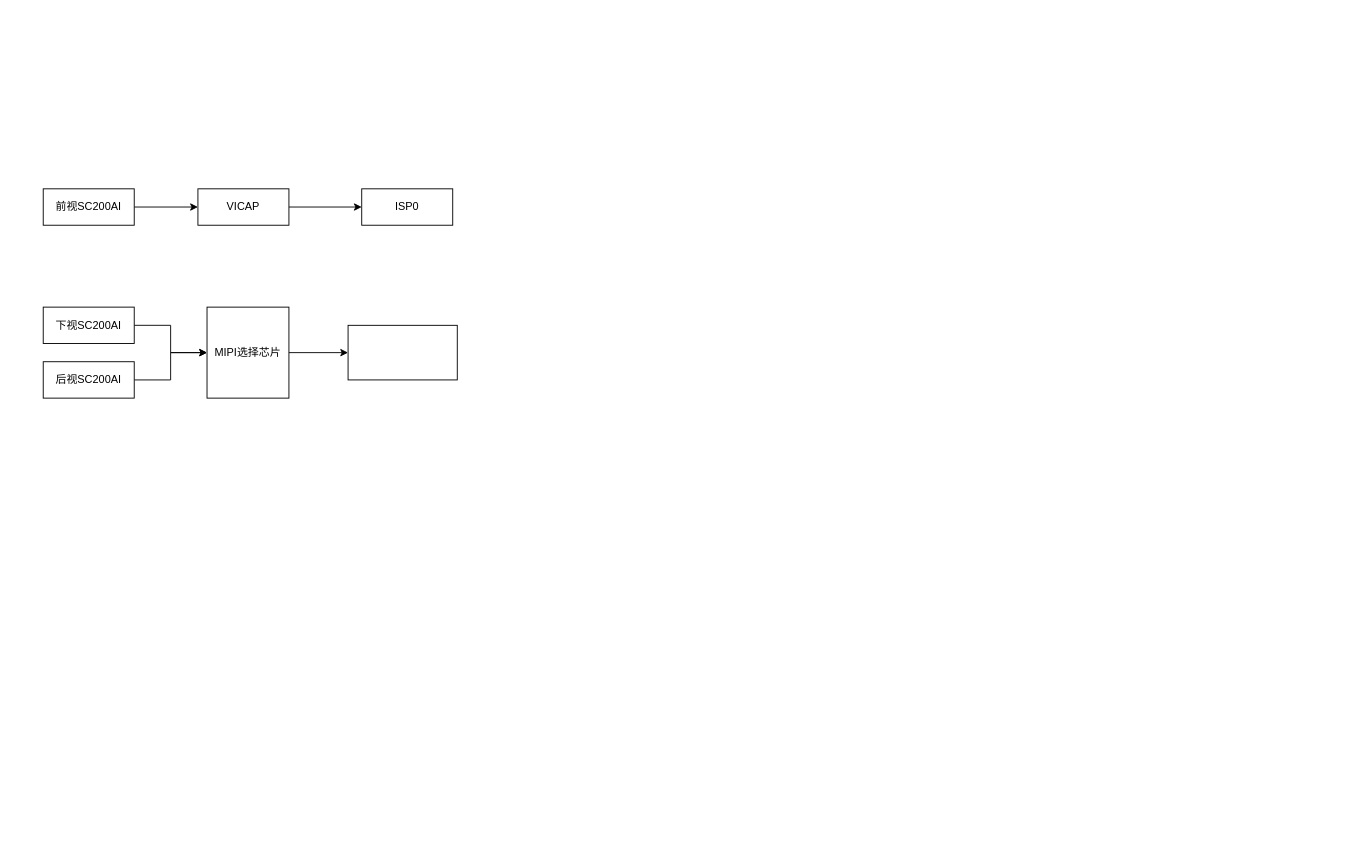
This is 未命名绘图.drawio from WilliamChenGitHub/drawio, a draw.io file, before an edit. Source tidied: cells renumbered, new cells numbered last; positions are measured from the earlier drawing's top-left corner, leaving out a move shared by most shapes. Both pictures are drawn from the tidied source at 91%, with x=0, y=0 at pixel (43, 188).
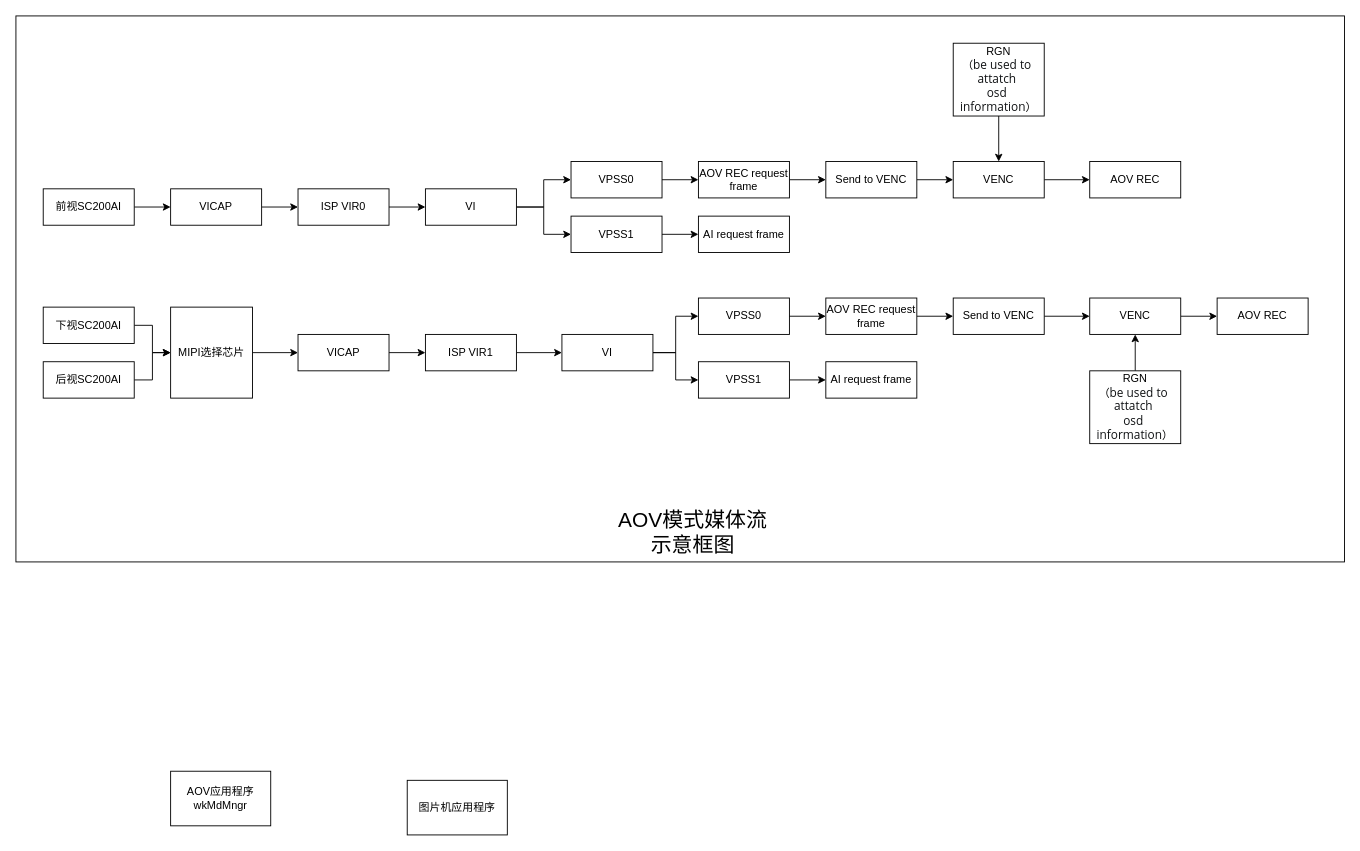
The same page after the edit.

Commit message:
更新未命名绘图.drawio

The edit, as a diff of the source:
```diff
@@
+    <mxCell id="14" style="rounded=0;whiteSpace=wrap;html=1;" parent="1" vertex="1">
+      <mxGeometry x="-30" y="-190" width="1460" height="600" as="geometry" />
+    </mxCell>
@@
-    <mxCell id="6" style="edgeStyle=orthogonalEdgeStyle;rounded=0;jettySize=auto;html=1;" parent="1" edge="1" source="7" target="10">
-      <mxGeometry relative="1" as="geometry" />
-    </mxCell>
+    <mxCell id="15" style="edgeStyle=orthogonalEdgeStyle;rounded=0;jettySize=auto;html=1;" parent="1" edge="1" source="7" target="18">
+      <mxGeometry relative="1" as="geometry" />
+    </mxCell>
     <mxCell id="7" value="MIPI选择芯片" style="rounded=0;whiteSpace=wrap;html=1;" parent="1" vertex="1">
-      <mxGeometry x="180" y="130" width="90" height="100" as="geometry" />
+      <mxGeometry x="140" y="130" width="90" height="100" as="geometry" />
     </mxCell>
@@
-    <mxCell id="10" style="whiteSpace=wrap;html=1;rounded=0;" parent="1" vertex="1">
-      <mxGeometry x="335" y="150" width="120" height="60" as="geometry" />
-    </mxCell>
@@
     <mxCell id="12" value="VICAP" style="whiteSpace=wrap;html=1;rounded=0;" parent="1" vertex="1">
-      <mxGeometry x="170" width="100" height="40" as="geometry" />
+      <mxGeometry x="140" width="100" height="40" as="geometry" />
     </mxCell>
+    <mxCell id="16" style="edgeStyle=orthogonalEdgeStyle;rounded=0;jettySize=auto;html=1;" parent="1" edge="1" source="13" target="23">
+      <mxGeometry relative="1" as="geometry" />
+    </mxCell>
-    <mxCell id="13" value="ISP0" style="whiteSpace=wrap;html=1;rounded=0;" parent="1" vertex="1">
-      <mxGeometry x="350" width="100" height="40" as="geometry" />
+    <mxCell id="13" value="ISP VIR0" style="whiteSpace=wrap;html=1;rounded=0;" parent="1" vertex="1">
+      <mxGeometry x="280" width="100" height="40" as="geometry" />
     </mxCell>
+    <mxCell id="17" style="edgeStyle=orthogonalEdgeStyle;rounded=0;jettySize=auto;html=1;" parent="1" edge="1" source="18" target="20">
+      <mxGeometry relative="1" as="geometry" />
+    </mxCell>
+    <mxCell id="18" value="VICAP" style="whiteSpace=wrap;html=1;rounded=0;" parent="1" vertex="1">
+      <mxGeometry x="280" y="160" width="100" height="40" as="geometry" />
+    </mxCell>
+    <mxCell id="19" style="edgeStyle=orthogonalEdgeStyle;rounded=0;jettySize=auto;html=1;" parent="1" edge="1" source="20" target="30">
+      <mxGeometry relative="1" as="geometry" />
+    </mxCell>
+    <mxCell id="20" value="ISP VIR1" style="whiteSpace=wrap;html=1;rounded=0;" parent="1" vertex="1">
+      <mxGeometry x="420" y="160" width="100" height="40" as="geometry" />
+    </mxCell>
+    <mxCell id="21" style="edgeStyle=orthogonalEdgeStyle;rounded=0;jettySize=auto;html=1;" parent="1" edge="1" source="23" target="25">
+      <mxGeometry relative="1" as="geometry" />
+    </mxCell>
+    <mxCell id="22" style="edgeStyle=orthogonalEdgeStyle;rounded=0;jettySize=auto;html=1;" parent="1" edge="1" source="23" target="27">
+      <mxGeometry relative="1" as="geometry" />
+    </mxCell>
+    <mxCell id="23" value="VI" style="whiteSpace=wrap;html=1;rounded=0;" parent="1" vertex="1">
+      <mxGeometry x="420" width="100" height="40" as="geometry" />
+    </mxCell>
+    <mxCell id="24" style="edgeStyle=orthogonalEdgeStyle;rounded=0;jettySize=auto;html=1;" parent="1" edge="1" source="25" target="39">
+      <mxGeometry relative="1" as="geometry" />
+    </mxCell>
+    <mxCell id="25" value="VPSS0" style="whiteSpace=wrap;html=1;rounded=0;" parent="1" vertex="1">
+      <mxGeometry x="580" y="-30" width="100" height="40" as="geometry" />
+    </mxCell>
+    <mxCell id="26" style="edgeStyle=orthogonalEdgeStyle;rounded=0;jettySize=auto;html=1;" parent="1" edge="1" source="27" target="42">
+      <mxGeometry relative="1" as="geometry" />
+    </mxCell>
+    <mxCell id="27" value="VPSS1" style="whiteSpace=wrap;html=1;rounded=0;" parent="1" vertex="1">
+      <mxGeometry x="580" y="30" width="100" height="40" as="geometry" />
+    </mxCell>
+    <mxCell id="28" style="edgeStyle=orthogonalEdgeStyle;rounded=0;jettySize=auto;html=1;" parent="1" edge="1" source="30" target="31">
+      <mxGeometry relative="1" as="geometry" />
+    </mxCell>
+    <mxCell id="29" style="edgeStyle=orthogonalEdgeStyle;rounded=0;jettySize=auto;html=1;" parent="1" edge="1" source="30" target="33">
+      <mxGeometry relative="1" as="geometry" />
+    </mxCell>
+    <mxCell id="30" value="VI" style="whiteSpace=wrap;html=1;rounded=0;" parent="1" vertex="1">
+      <mxGeometry x="570" y="160" width="100" height="40" as="geometry" />
+    </mxCell>
+    <mxCell id="31" value="VPSS0" style="whiteSpace=wrap;html=1;rounded=0;" parent="1" vertex="1">
+      <mxGeometry x="720" y="120" width="100" height="40" as="geometry" />
+    </mxCell>
+    <mxCell id="32" style="edgeStyle=orthogonalEdgeStyle;rounded=0;jettySize=auto;html=1;" parent="1" edge="1" source="33" target="54">
+      <mxGeometry relative="1" as="geometry" />
+    </mxCell>
+    <mxCell id="33" value="VPSS1" style="whiteSpace=wrap;html=1;rounded=0;" parent="1" vertex="1">
+      <mxGeometry x="720" y="190" width="100" height="40" as="geometry" />
+    </mxCell>
+    <mxCell id="34" style="edgeStyle=orthogonalEdgeStyle;rounded=0;jettySize=auto;html=1;" parent="1" edge="1" source="35" target="43">
+      <mxGeometry relative="1" as="geometry" />
+    </mxCell>
+    <mxCell id="35" value="VENC" style="whiteSpace=wrap;html=1;rounded=0;" parent="1" vertex="1">
+      <mxGeometry x="1000" y="-30" width="100" height="40" as="geometry" />
+    </mxCell>
+    <mxCell id="36" style="edgeStyle=orthogonalEdgeStyle;rounded=0;jettySize=auto;html=1;" parent="1" edge="1" source="37" target="35">
+      <mxGeometry relative="1" as="geometry" />
+    </mxCell>
+    <mxCell id="37" value="RGN（&lt;span style=&quot;color: rgb(16, 18, 20); font-family: &amp;quot;PingFang SC&amp;quot;, &amp;quot;Segoe UI&amp;quot;, Arial, &amp;quot;Microsoft YaHei&amp;quot;, 微软雅黑, 宋体, &amp;quot;Malgun Gothic&amp;quot;, sans-serif; font-variant-ligatures: none; text-align: start; white-space: pre; background-color: rgb(255, 255, 255);&quot;&gt;&lt;font style=&quot;font-size: 13px;&quot;&gt;be used to &lt;/font&gt;&lt;/span&gt;&lt;div&gt;&lt;span style=&quot;color: rgb(16, 18, 20); font-family: &amp;quot;PingFang SC&amp;quot;, &amp;quot;Segoe UI&amp;quot;, Arial, &amp;quot;Microsoft YaHei&amp;quot;, 微软雅黑, 宋体, &amp;quot;Malgun Gothic&amp;quot;, sans-serif; font-variant-ligatures: none; text-align: start; white-space: pre; background-color: rgb(255, 255, 255);&quot;&gt;&lt;font style=&quot;font-size: 13px;&quot;&gt;attatch &lt;/font&gt;&lt;/span&gt;&lt;/div&gt;&lt;div&gt;&lt;span style=&quot;color: rgb(16, 18, 20); font-family: &amp;quot;PingFang SC&amp;quot;, &amp;quot;Segoe UI&amp;quot;, Arial, &amp;quot;Microsoft YaHei&amp;quot;, 微软雅黑, 宋体, &amp;quot;Malgun Gothic&amp;quot;, sans-serif; font-variant-ligatures: none; text-align: start; white-space: pre; background-color: rgb(255, 255, 255);&quot;&gt;&lt;font style=&quot;font-size: 13px;&quot;&gt;osd &lt;/font&gt;&lt;/span&gt;&lt;/div&gt;&lt;div&gt;&lt;span style=&quot;color: rgb(16, 18, 20); font-family: &amp;quot;PingFang SC&amp;quot;, &amp;quot;Segoe UI&amp;quot;, Arial, &amp;quot;Microsoft YaHei&amp;quot;, 微软雅黑, 宋体, &amp;quot;Malgun Gothic&amp;quot;, sans-serif; font-variant-ligatures: none; text-align: start; white-space: pre; background-color: rgb(255, 255, 255);&quot;&gt;&lt;font style=&quot;font-size: 13px;&quot;&gt;information&lt;/font&gt;&lt;/span&gt;）&lt;/div&gt;" style="whiteSpace=wrap;html=1;rounded=0;" parent="1" vertex="1">
+      <mxGeometry x="1000" y="-160" width="100" height="80" as="geometry" />
+    </mxCell>
+    <mxCell id="38" style="edgeStyle=orthogonalEdgeStyle;rounded=0;jettySize=auto;html=1;" parent="1" edge="1" source="39" target="41">
+      <mxGeometry relative="1" as="geometry" />
+    </mxCell>
+    <mxCell id="39" value="AOV REC request frame" style="whiteSpace=wrap;html=1;rounded=0;" parent="1" vertex="1">
+      <mxGeometry x="720" y="-30" width="100" height="40" as="geometry" />
+    </mxCell>
+    <mxCell id="40" style="edgeStyle=orthogonalEdgeStyle;rounded=0;jettySize=auto;html=1;" parent="1" edge="1" source="41" target="35">
+      <mxGeometry relative="1" as="geometry" />
+    </mxCell>
+    <mxCell id="41" value="Send to VENC" style="whiteSpace=wrap;html=1;rounded=0;" parent="1" vertex="1">
+      <mxGeometry x="860" y="-30" width="100" height="40" as="geometry" />
+    </mxCell>
+    <mxCell id="42" value="AI request frame" style="whiteSpace=wrap;html=1;rounded=0;" parent="1" vertex="1">
+      <mxGeometry x="720" y="30" width="100" height="40" as="geometry" />
+    </mxCell>
+    <mxCell id="43" value="AOV REC" style="whiteSpace=wrap;html=1;rounded=0;" parent="1" vertex="1">
+      <mxGeometry x="1150" y="-30" width="100" height="40" as="geometry" />
+    </mxCell>
+    <mxCell id="44" style="edgeStyle=orthogonalEdgeStyle;rounded=0;jettySize=auto;html=1;exitX=1;exitY=0.5;exitDx=0;exitDy=0;" parent="1" edge="1" source="31" target="50">
+      <mxGeometry relative="1" as="geometry" />
+    </mxCell>
+    <mxCell id="45" style="edgeStyle=orthogonalEdgeStyle;rounded=0;jettySize=auto;html=1;" parent="1" edge="1" source="46" target="53">
+      <mxGeometry relative="1" as="geometry" />
+    </mxCell>
+    <mxCell id="46" value="VENC" style="whiteSpace=wrap;html=1;rounded=0;" parent="1" vertex="1">
+      <mxGeometry x="1150" y="120" width="100" height="40" as="geometry" />
+    </mxCell>
+    <mxCell id="47" style="edgeStyle=orthogonalEdgeStyle;rounded=0;jettySize=auto;html=1;" parent="1" edge="1" source="48" target="46">
+      <mxGeometry relative="1" as="geometry" />
+    </mxCell>
+    <mxCell id="48" value="RGN（&lt;span style=&quot;color: rgb(16, 18, 20); font-family: &amp;quot;PingFang SC&amp;quot;, &amp;quot;Segoe UI&amp;quot;, Arial, &amp;quot;Microsoft YaHei&amp;quot;, 微软雅黑, 宋体, &amp;quot;Malgun Gothic&amp;quot;, sans-serif; font-variant-ligatures: none; text-align: start; white-space: pre; background-color: rgb(255, 255, 255);&quot;&gt;&lt;font style=&quot;font-size: 13px;&quot;&gt;be used to &lt;/font&gt;&lt;/span&gt;&lt;div&gt;&lt;span style=&quot;color: rgb(16, 18, 20); font-family: &amp;quot;PingFang SC&amp;quot;, &amp;quot;Segoe UI&amp;quot;, Arial, &amp;quot;Microsoft YaHei&amp;quot;, 微软雅黑, 宋体, &amp;quot;Malgun Gothic&amp;quot;, sans-serif; font-variant-ligatures: none; text-align: start; white-space: pre; background-color: rgb(255, 255, 255);&quot;&gt;&lt;font style=&quot;font-size: 13px;&quot;&gt;attatch &lt;/font&gt;&lt;/span&gt;&lt;/div&gt;&lt;div&gt;&lt;span style=&quot;color: rgb(16, 18, 20); font-family: &amp;quot;PingFang SC&amp;quot;, &amp;quot;Segoe UI&amp;quot;, Arial, &amp;quot;Microsoft YaHei&amp;quot;, 微软雅黑, 宋体, &amp;quot;Malgun Gothic&amp;quot;, sans-serif; font-variant-ligatures: none; text-align: start; white-space: pre; background-color: rgb(255, 255, 255);&quot;&gt;&lt;font style=&quot;font-size: 13px;&quot;&gt;osd &lt;/font&gt;&lt;/span&gt;&lt;/div&gt;&lt;div&gt;&lt;span style=&quot;color: rgb(16, 18, 20); font-family: &amp;quot;PingFang SC&amp;quot;, &amp;quot;Segoe UI&amp;quot;, Arial, &amp;quot;Microsoft YaHei&amp;quot;, 微软雅黑, 宋体, &amp;quot;Malgun Gothic&amp;quot;, sans-serif; font-variant-ligatures: none; text-align: start; white-space: pre; background-color: rgb(255, 255, 255);&quot;&gt;&lt;font style=&quot;font-size: 13px;&quot;&gt;information&lt;/font&gt;&lt;/span&gt;）&lt;/div&gt;" style="whiteSpace=wrap;html=1;rounded=0;" parent="1" vertex="1">
+      <mxGeometry x="1150" y="200" width="100" height="80" as="geometry" />
+    </mxCell>
+    <mxCell id="49" style="edgeStyle=orthogonalEdgeStyle;rounded=0;jettySize=auto;html=1;" parent="1" edge="1" source="50" target="52">
+      <mxGeometry relative="1" as="geometry" />
+    </mxCell>
+    <mxCell id="50" value="AOV REC request frame" style="whiteSpace=wrap;html=1;rounded=0;" parent="1" vertex="1">
+      <mxGeometry x="860" y="120" width="100" height="40" as="geometry" />
+    </mxCell>
+    <mxCell id="51" style="edgeStyle=orthogonalEdgeStyle;rounded=0;jettySize=auto;html=1;" parent="1" edge="1" source="52" target="46">
+      <mxGeometry relative="1" as="geometry" />
+    </mxCell>
+    <mxCell id="52" value="Send to VENC" style="whiteSpace=wrap;html=1;rounded=0;" parent="1" vertex="1">
+      <mxGeometry x="1000" y="120" width="100" height="40" as="geometry" />
+    </mxCell>
+    <mxCell id="53" value="AOV REC" style="whiteSpace=wrap;html=1;rounded=0;" parent="1" vertex="1">
+      <mxGeometry x="1290" y="120" width="100" height="40" as="geometry" />
+    </mxCell>
+    <mxCell id="54" value="AI request frame" style="whiteSpace=wrap;html=1;rounded=0;" parent="1" vertex="1">
+      <mxGeometry x="860" y="190" width="100" height="40" as="geometry" />
+    </mxCell>
+    <mxCell id="55" value="AOV模式媒体流示意框图" style="text;html=1;align=center;verticalAlign=middle;whiteSpace=wrap;rounded=0;fontSize=23;" parent="1" vertex="1">
+      <mxGeometry x="627" y="350" width="174" height="55" as="geometry" />
+    </mxCell>
+    <mxCell id="56" value="图片机应用程序" style="rounded=0;whiteSpace=wrap;html=1;" parent="1" vertex="1">
+      <mxGeometry x="400" y="650" width="110" height="60" as="geometry" />
+    </mxCell>
+    <mxCell id="57" value="AOV应用程序wkMdMngr" style="rounded=0;whiteSpace=wrap;html=1;" parent="1" vertex="1">
+      <mxGeometry x="140" y="640" width="110" height="60" as="geometry" />
+    </mxCell>
```
